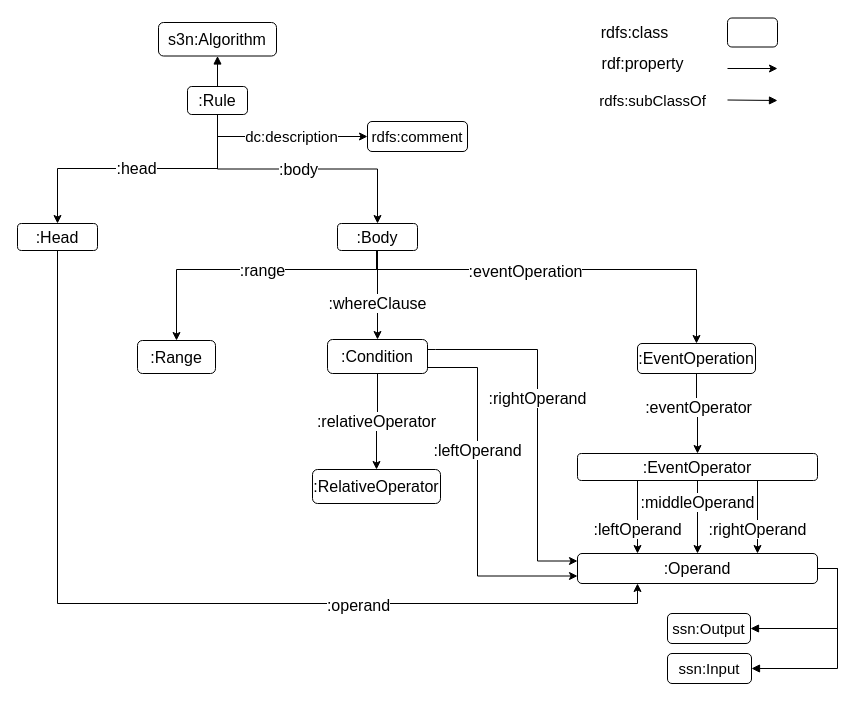
Earlier version of the draw.io diagram Untitled Diagram.drawio (Haoyu-R/appendix). Source tidied: cells renumbered, new cells numbered last; positions are measured from the earlier drawing's top-left corner, leaving out a move shared by most shapes. Both pictures are drawn from the tidied source at 100%, with x=0, y=0 at pixel (17, 17).
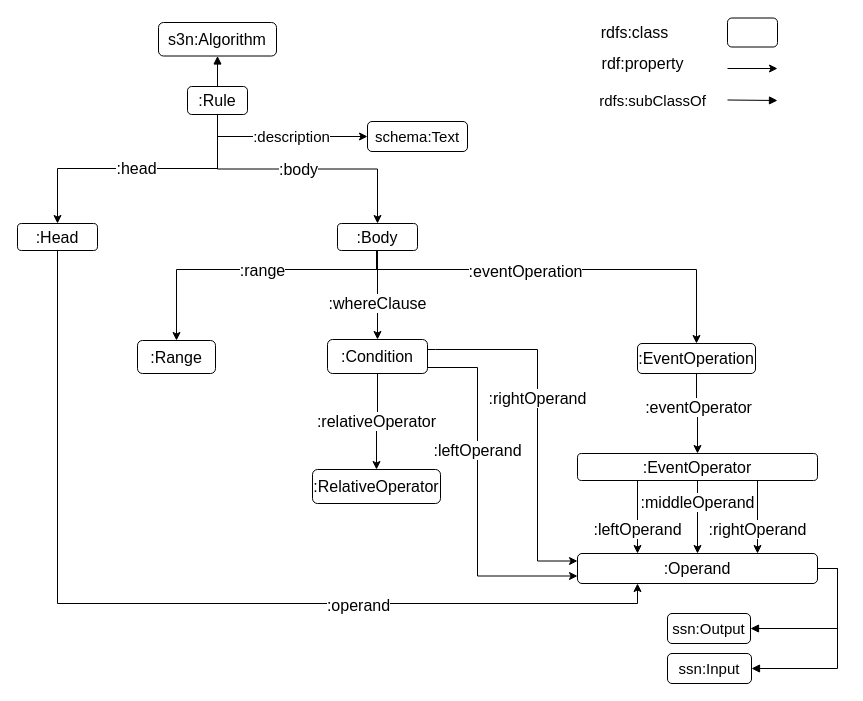
Above is the later version.

Unchanged cells that the change refers to:
```xml
<mxCell id="5" value=":Rule" style="rounded=1;whiteSpace=wrap;html=1;fontSize=16;" parent="1" vertex="1">
  <mxGeometry x="170" y="69" width="60" height="28" as="geometry" />
</mxCell>
```

What changed in the source:
```diff
@@
-    <mxCell id="40" value="dc:description" style="edgeStyle=orthogonalEdgeStyle;rounded=0;jettySize=auto;html=1;exitX=0.5;exitY=1;exitDx=0;exitDy=0;entryX=0;entryY=0.5;entryDx=0;entryDy=0;fontSize=15;" parent="1" edge="1" source="5" target="41">
+    <mxCell id="40" value=":description" style="edgeStyle=orthogonalEdgeStyle;rounded=0;jettySize=auto;html=1;exitX=0.5;exitY=1;exitDx=0;exitDy=0;entryX=0;entryY=0.5;entryDx=0;entryDy=0;fontSize=15;" parent="1" edge="1" source="5" target="41">
       <mxGeometry x="0.12" relative="1" as="geometry" />
     </mxCell>
-    <mxCell id="41" value="rdfs:comment" style="rounded=1;whiteSpace=wrap;html=1;fontSize=15;" parent="1" vertex="1">
+    <mxCell id="41" value="schema:Text" style="rounded=1;whiteSpace=wrap;html=1;fontSize=15;" parent="1" vertex="1">
       <mxGeometry x="350" y="104" width="100" height="30" as="geometry" />
     </mxCell>
```
